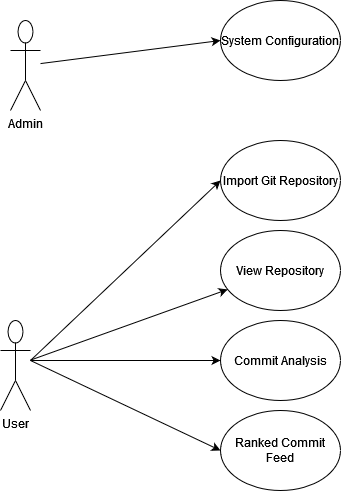
RAFSoftLab/code-feed keeps this draw.io diagram as docs/usecase.png. Above is the earlier version. Source tidied: cells renumbered, new cells last; positions are measured from the earlier drawing's top-left corner, leaving out a move shared by most shapes.
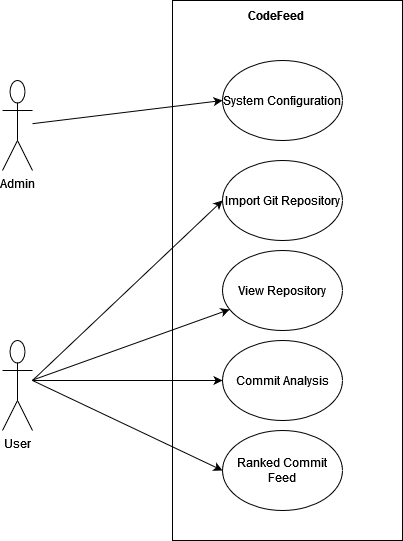
The same diagram one commit later.

Diff of the diagram source:
```diff
@@ -2,11 +2,14 @@
   <root>
     <mxCell id="0" />
     <mxCell id="1" parent="0" />
+    <mxCell id="14" style="rounded=0;whiteSpace=wrap;html=1;" parent="1" vertex="1">
+      <mxGeometry x="170" y="-20" width="230" height="540" as="geometry" />
+    </mxCell>
     <mxCell id="2" value="Admin" style="shape=umlActor;verticalLabelPosition=bottom;verticalAlign=top;html=1;outlineConnect=0;" parent="1" vertex="1">
-      <mxGeometry x="10" y="20" width="30" height="90" as="geometry" />
+      <mxGeometry y="60" width="30" height="90" as="geometry" />
     </mxCell>
     <mxCell id="3" value="System Configuration" style="ellipse;whiteSpace=wrap;html=1;" parent="1" vertex="1">
-      <mxGeometry x="220" width="120" height="80" as="geometry" />
+      <mxGeometry x="220" y="40" width="120" height="80" as="geometry" />
     </mxCell>
     <mxCell id="4" style="endArrow=classic;html=1;rounded=0;entryX=0;entryY=0.5;entryDx=0;entryDy=0;" parent="1" edge="1" source="2" target="3">
       <mxGeometry relative="1" as="geometry" />
@@ -44,5 +47,8 @@
         <mxPoint x="30" y="360" as="sourcePoint" />
       </mxGeometry>
     </mxCell>
+    <mxCell id="15" value="&lt;b&gt;CodeFeed&lt;/b&gt;" style="text;strokeColor=none;fillColor=none;align=left;verticalAlign=middle;spacingLeft=4;spacingRight=4;overflow=hidden;whiteSpace=wrap;html=1;" parent="1" vertex="1">
+      <mxGeometry x="240" y="-20" width="80" height="30" as="geometry" />
+    </mxCell>
   </root>
 </mxGraphModel>
```
